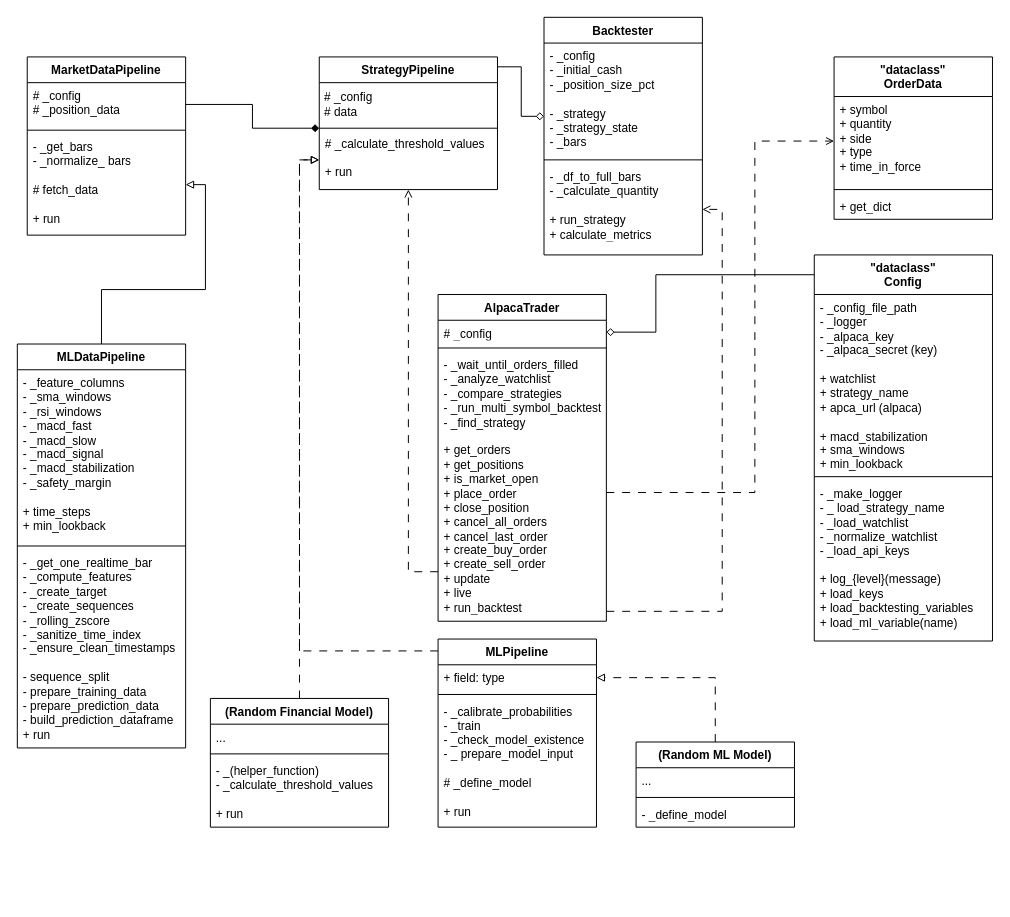
Before: figures/backend_design.drawio in MiladTootoonchi/Live-Trading-Platform, a draw.io diagram. Source tidied: cells renumbered, new cells numbered last; positions are measured from the earlier drawing's top-left corner, leaving out a move shared by most shapes. Both pictures are drawn from the tidied source at 99%, with x=0, y=0 at pixel (17, 17).
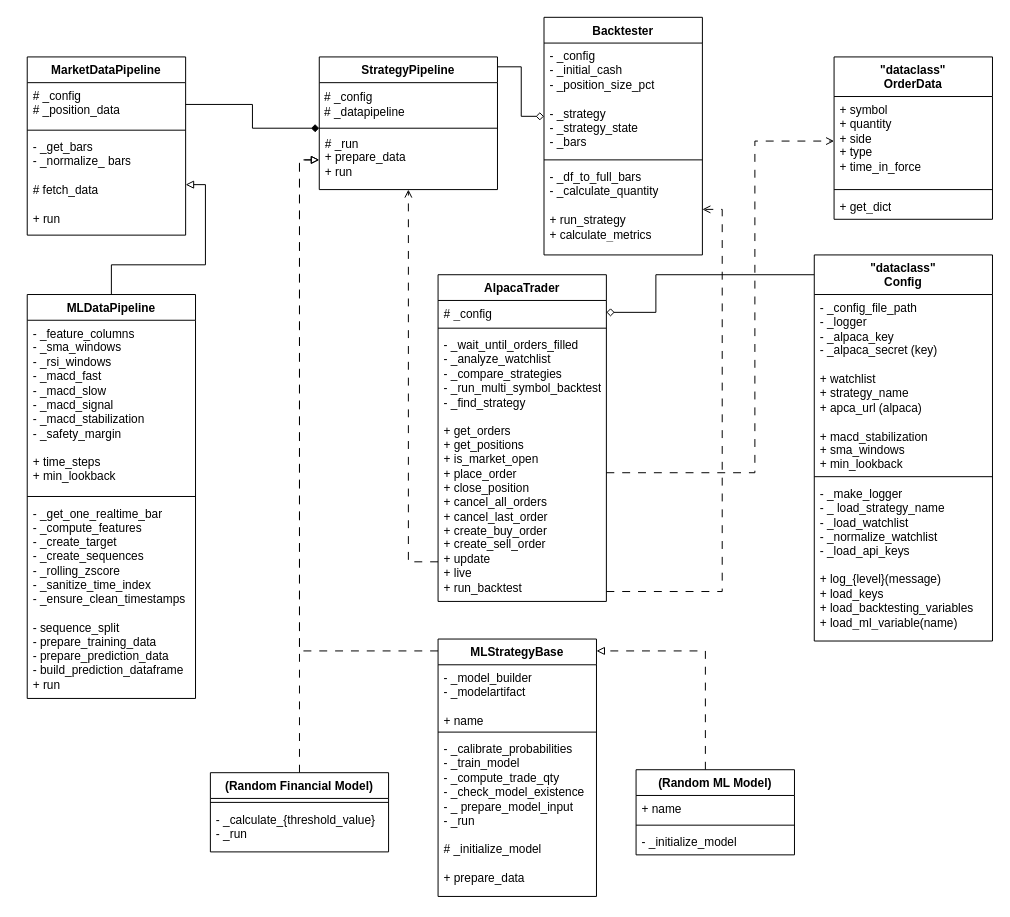
The same page after the edit.

Commit message:
Updated strategy pipelines

The change refers to these unchanged cells:
```xml
<mxCell id="7" value="&lt;div&gt;&quot;dataclass&quot;&lt;/div&gt;Config" style="swimlane;fontStyle=1;align=center;verticalAlign=top;horizontal=1;startSize=40;whiteSpace=wrap;html=1;" parent="1" vertex="1">
  <mxGeometry x="805" y="240" width="180" height="390" as="geometry" />
</mxCell>
<mxCell id="17" value="StrategyPipeline" style="swimlane;fontStyle=1;align=center;verticalAlign=top;horizontal=1;startSize=26;whiteSpace=wrap;html=1;" parent="1" vertex="1">
  <mxGeometry x="305" y="40" width="180" height="134" as="geometry" />
</mxCell>
<mxCell id="27" value="# _config" style="text;strokeColor=none;fillColor=none;align=left;verticalAlign=top;spacingLeft=4;spacingRight=4;overflow=hidden;points=[[0,0.5],[1,0.5]];portConstraint=eastwest;whiteSpace=wrap;html=1;" parent="26" vertex="1">
  <mxGeometry y="26" width="170" height="24" as="geometry" />
</mxCell>
<mxCell id="29" value="- _wait_until_orders_filled&lt;div&gt;- _analyze_watchlist&lt;/div&gt;&lt;div&gt;- _compare_strategies&lt;/div&gt;&lt;div&gt;- _run_multi_symbol_backtest&lt;/div&gt;&lt;div&gt;- _find_strategy&lt;/div&gt;&lt;div&gt;&lt;br&gt;&lt;/div&gt;&lt;div&gt;+ get_orders&lt;/div&gt;&lt;div&gt;+ get_positions&lt;/div&gt;&lt;div&gt;+ is_market_open&lt;/div&gt;&lt;div&gt;+ place_order&lt;/div&gt;&lt;div&gt;+ close_position&lt;/div&gt;&lt;div&gt;+ cancel_all_orders&lt;/div&gt;&lt;div&gt;+ cancel_last_order&lt;/div&gt;&lt;div&gt;+ create_buy_order&lt;/div&gt;&lt;div&gt;+ create_sell_order&lt;/div&gt;&lt;div&gt;+ update&lt;/div&gt;&lt;div&gt;+ live&lt;/div&gt;&lt;div&gt;+ run_backtest&lt;/div&gt;" style="text;strokeColor=none;fillColor=none;align=left;verticalAlign=top;spacingLeft=4;spacingRight=4;overflow=hidden;points=[[0,0.5],[1,0.5]];portConstraint=eastwest;whiteSpace=wrap;html=1;" parent="26" vertex="1">
  <mxGeometry y="58" width="170" height="272" as="geometry" />
</mxCell>
<mxCell id="45" value="- _df_to_full_bars&lt;div&gt;- _calculate_quantity&lt;/div&gt;&lt;div&gt;&lt;br&gt;&lt;/div&gt;&lt;div&gt;+ run_strategy&lt;/div&gt;&lt;div&gt;+ calculate_metrics&lt;/div&gt;" style="text;strokeColor=none;fillColor=none;align=left;verticalAlign=top;spacingLeft=4;spacingRight=4;overflow=hidden;points=[[0,0.5],[1,0.5]];portConstraint=eastwest;whiteSpace=wrap;html=1;" parent="42" vertex="1">
  <mxGeometry y="148" width="160" height="92" as="geometry" />
</mxCell>
<mxCell id="47" value="+ symbol&lt;div&gt;+ quantity&amp;nbsp;&lt;/div&gt;&lt;div&gt;+ side&lt;/div&gt;&lt;div&gt;+ type&amp;nbsp;&lt;/div&gt;&lt;div&gt;+ time_in_force&lt;/div&gt;" style="text;strokeColor=none;fillColor=none;align=left;verticalAlign=top;spacingLeft=4;spacingRight=4;overflow=hidden;points=[[0,0.5],[1,0.5]];portConstraint=eastwest;whiteSpace=wrap;html=1;" parent="46" vertex="1">
  <mxGeometry y="40" width="160" height="90" as="geometry" />
</mxCell>
```

Diff of the diagram source:
```diff
@@
     <mxCell id="6" style="edgeStyle=orthogonalEdgeStyle;rounded=0;jettySize=auto;html=1;entryX=1;entryY=0.5;entryDx=0;entryDy=0;endArrow=diamond;endFill=0;" parent="1" edge="1" source="7" target="27">
       <mxGeometry relative="1" as="geometry">
         <Array as="points">
           <mxPoint x="645" y="260" />
-          <mxPoint x="645" y="318" />
+          <mxPoint x="645" y="298" />
         </Array>
       </mxGeometry>
     </mxCell>
@@
     <mxCell id="12" value="MLDataPipeline" style="swimlane;fontStyle=1;align=center;verticalAlign=top;horizontal=1;startSize=26;whiteSpace=wrap;html=1;" parent="1" vertex="1">
-      <mxGeometry y="330" width="170" height="408" as="geometry" />
+      <mxGeometry x="10" y="280" width="170" height="408" as="geometry" />
     </mxCell>
@@
-    <mxCell id="18" value="&amp;nbsp;# _config&lt;div&gt;&amp;nbsp;# data&lt;/div&gt;" style="text;html=1;whiteSpace=wrap;strokeColor=none;fillColor=none;align=left;verticalAlign=middle;rounded=0;" parent="17" vertex="1">
+    <mxCell id="18" value="&amp;nbsp;# _config&lt;div&gt;&amp;nbsp;# _datapipeline&lt;/div&gt;" style="text;html=1;whiteSpace=wrap;strokeColor=none;fillColor=none;align=left;verticalAlign=middle;rounded=0;" parent="17" vertex="1">
       <mxGeometry y="26" width="180" height="44" as="geometry" />
     </mxCell>
@@
-    <mxCell id="20" value="&lt;div&gt;# _calculate_threshold_values&amp;nbsp;&lt;/div&gt;&lt;div&gt;&lt;br&gt;&lt;/div&gt;+ run" style="text;strokeColor=none;fillColor=none;align=left;verticalAlign=top;spacingLeft=4;spacingRight=4;overflow=hidden;points=[[0,0.5],[1,0.5]];portConstraint=eastwest;whiteSpace=wrap;html=1;" parent="17" vertex="1">
+    <mxCell id="20" value="&lt;div&gt;# _run&lt;/div&gt;&lt;div&gt;+ prepare_data&lt;/div&gt;+ run" style="text;strokeColor=none;fillColor=none;align=left;verticalAlign=top;spacingLeft=4;spacingRight=4;overflow=hidden;points=[[0,0.5],[1,0.5]];portConstraint=eastwest;whiteSpace=wrap;html=1;" parent="17" vertex="1">
       <mxGeometry y="74" width="180" height="60" as="geometry" />
     </mxCell>
@@
-    <mxCell id="22" value="ML&lt;span style=&quot;background-color: transparent; color: light-dark(rgb(0, 0, 0), rgb(255, 255, 255));&quot;&gt;Pipeline&lt;/span&gt;" style="swimlane;fontStyle=1;align=center;verticalAlign=top;horizontal=1;startSize=26;whiteSpace=wrap;html=1;" parent="1" vertex="1">
-      <mxGeometry x="425" y="628" width="160" height="190" as="geometry" />
+    <mxCell id="22" value="MLStrategyBase" style="swimlane;fontStyle=1;align=center;verticalAlign=top;horizontal=1;startSize=26;whiteSpace=wrap;html=1;" parent="1" vertex="1">
+      <mxGeometry x="425" y="628" width="160" height="260" as="geometry" />
     </mxCell>
-    <mxCell id="23" value="+ field: type" style="text;strokeColor=none;fillColor=none;align=left;verticalAlign=top;spacingLeft=4;spacingRight=4;overflow=hidden;points=[[0,0.5],[1,0.5]];portConstraint=eastwest;whiteSpace=wrap;html=1;" parent="22" vertex="1">
-      <mxGeometry y="26" width="160" height="26" as="geometry" />
+    <mxCell id="23" value="&lt;div&gt;&lt;span style=&quot;background-color: transparent; color: light-dark(rgb(0, 0, 0), rgb(255, 255, 255));&quot;&gt;- _model_builder&lt;/span&gt;&lt;/div&gt;&lt;div&gt;- _modelartifact&lt;/div&gt;&lt;div&gt;&lt;br&gt;&lt;/div&gt;&lt;div&gt;+ name&lt;/div&gt;" style="text;strokeColor=none;fillColor=none;align=left;verticalAlign=top;spacingLeft=4;spacingRight=4;overflow=hidden;points=[[0,0.5],[1,0.5]];portConstraint=eastwest;whiteSpace=wrap;html=1;" parent="22" vertex="1">
+      <mxGeometry y="26" width="160" height="64" as="geometry" />
     </mxCell>
     <mxCell id="24" style="line;strokeWidth=1;fillColor=none;align=left;verticalAlign=middle;spacingTop=-1;spacingLeft=3;spacingRight=3;labelPosition=right;strokeColor=inherit;" parent="22" vertex="1">
-      <mxGeometry y="52" width="160" height="8" as="geometry" />
+      <mxGeometry y="90" width="160" height="8" as="geometry" />
     </mxCell>
-    <mxCell id="25" value="- _calibrate_probabilities&lt;div&gt;- _train&lt;/div&gt;&lt;div&gt;- _check_model_existence&lt;/div&gt;&lt;div&gt;- _ prepare_model_input&lt;/div&gt;&lt;div&gt;&lt;br&gt;&lt;/div&gt;&lt;div&gt;# _define_model&lt;/div&gt;&lt;div&gt;&lt;br&gt;&lt;/div&gt;&lt;div&gt;+ run&lt;/div&gt;" style="text;strokeColor=none;fillColor=none;align=left;verticalAlign=top;spacingLeft=4;spacingRight=4;overflow=hidden;whiteSpace=wrap;html=1;" parent="22" vertex="1">
-      <mxGeometry y="60" width="160" height="130" as="geometry" />
+    <mxCell id="25" value="- _calibrate_probabilities&lt;div&gt;- _train_model&lt;/div&gt;&lt;div&gt;- _compute_trade_qty&lt;/div&gt;&lt;div&gt;- _check_model_existence&lt;/div&gt;&lt;div&gt;- _ prepare_model_input&lt;/div&gt;&lt;div&gt;- _run&lt;/div&gt;&lt;div&gt;&lt;br&gt;&lt;/div&gt;&lt;div&gt;# _initialize_model&lt;/div&gt;&lt;div&gt;&lt;br&gt;&lt;/div&gt;&lt;div&gt;+ prepare_data&lt;/div&gt;" style="text;strokeColor=none;fillColor=none;align=left;verticalAlign=top;spacingLeft=4;spacingRight=4;overflow=hidden;whiteSpace=wrap;html=1;" parent="22" vertex="1">
+      <mxGeometry y="98" width="160" height="162" as="geometry" />
     </mxCell>
     <mxCell id="26" value="AlpacaTrader" style="swimlane;fontStyle=1;align=center;verticalAlign=top;horizontal=1;startSize=26;whiteSpace=wrap;html=1;" parent="1" vertex="1">
-      <mxGeometry x="425" y="280" width="170" height="330" as="geometry" />
+      <mxGeometry x="425" y="260" width="170" height="330" as="geometry" />
     </mxCell>
@@
-    <mxCell id="31" style="edgeStyle=orthogonalEdgeStyle;rounded=0;jettySize=auto;html=1;entryX=1;entryY=0.5;entryDx=0;entryDy=0;endArrow=block;endFill=0;dashed=1;dashPattern=8 8;" parent="1" edge="1" source="32" target="23">
-      <mxGeometry relative="1" as="geometry" />
+    <mxCell id="31" style="edgeStyle=orthogonalEdgeStyle;rounded=0;jettySize=auto;html=1;endArrow=block;endFill=0;dashed=1;dashPattern=8 8;" parent="1" edge="1" source="32">
+      <mxGeometry relative="1" as="geometry">
+        <mxPoint x="585" y="640" as="targetPoint" />
+        <Array as="points">
+          <mxPoint x="695" y="640" />
+          <mxPoint x="585" y="640" />
+        </Array>
+      </mxGeometry>
     </mxCell>
     <mxCell id="32" value="(Random ML Model)" style="swimlane;fontStyle=1;align=center;verticalAlign=top;horizontal=1;startSize=26;whiteSpace=wrap;html=1;" parent="1" vertex="1">
-      <mxGeometry x="625" y="732" width="160" height="86" as="geometry" />
+      <mxGeometry x="625" y="760" width="160" height="86" as="geometry" />
     </mxCell>
-    <mxCell id="33" value="&lt;div&gt;...&lt;/div&gt;" style="text;strokeColor=none;fillColor=none;align=left;verticalAlign=top;spacingLeft=4;spacingRight=4;overflow=hidden;whiteSpace=wrap;html=1;" parent="32" vertex="1">
+    <mxCell id="33" value="+ name" style="text;strokeColor=none;fillColor=none;align=left;verticalAlign=top;spacingLeft=4;spacingRight=4;overflow=hidden;whiteSpace=wrap;html=1;" parent="32" vertex="1">
       <mxGeometry y="26" width="160" height="26" as="geometry" />
     </mxCell>
@@
-    <mxCell id="35" value="- _define_model" style="text;strokeColor=none;fillColor=none;align=left;verticalAlign=top;spacingLeft=4;spacingRight=4;overflow=hidden;whiteSpace=wrap;html=1;" parent="32" vertex="1">
+    <mxCell id="35" value="- _initialize_model" style="text;strokeColor=none;fillColor=none;align=left;verticalAlign=top;spacingLeft=4;spacingRight=4;overflow=hidden;whiteSpace=wrap;html=1;" parent="32" vertex="1">
       <mxGeometry y="60" width="160" height="26" as="geometry" />
     </mxCell>
@@
     <mxCell id="37" value="(Random Financial Model)" style="swimlane;fontStyle=1;align=center;verticalAlign=top;horizontal=1;startSize=26;whiteSpace=wrap;html=1;" parent="1" vertex="1">
-      <mxGeometry x="195" y="688" width="180" height="130" as="geometry" />
+      <mxGeometry x="195" y="763" width="180" height="80" as="geometry" />
     </mxCell>
-    <mxCell id="38" value="..." style="text;strokeColor=none;fillColor=none;align=left;verticalAlign=top;spacingLeft=4;spacingRight=4;overflow=hidden;whiteSpace=wrap;html=1;" parent="37" vertex="1">
-      <mxGeometry y="26" width="180" height="26" as="geometry" />
-    </mxCell>
     <mxCell id="39" style="line;strokeWidth=1;fillColor=none;align=left;verticalAlign=middle;spacingTop=-1;spacingLeft=3;spacingRight=3;labelPosition=right;strokeColor=inherit;" parent="37" vertex="1">
-      <mxGeometry y="52" width="180" height="8" as="geometry" />
+      <mxGeometry y="26" width="180" height="8" as="geometry" />
     </mxCell>
-    <mxCell id="40" value="&lt;div&gt;- _(helper_function)&lt;/div&gt;- _calculate_threshold_values&lt;div&gt;&lt;br&gt;&lt;/div&gt;&lt;div&gt;+ run&lt;/div&gt;" style="text;strokeColor=none;fillColor=none;align=left;verticalAlign=top;spacingLeft=4;spacingRight=4;overflow=hidden;whiteSpace=wrap;html=1;" parent="37" vertex="1">
-      <mxGeometry y="60" width="180" height="70" as="geometry" />
+    <mxCell id="40" value="&lt;div&gt;&lt;span style=&quot;background-color: transparent; color: light-dark(rgb(0, 0, 0), rgb(255, 255, 255));&quot;&gt;- _calculate_{threshold_value}&lt;/span&gt;&lt;/div&gt;&lt;div&gt;- _run&lt;/div&gt;" style="text;strokeColor=none;fillColor=none;align=left;verticalAlign=top;spacingLeft=4;spacingRight=4;overflow=hidden;whiteSpace=wrap;html=1;" parent="37" vertex="1">
+      <mxGeometry y="34" width="180" height="46" as="geometry" />
     </mxCell>
     <mxCell id="41" style="edgeStyle=orthogonalEdgeStyle;rounded=0;jettySize=auto;html=1;endArrow=open;endFill=0;dashed=1;dashPattern=8 8;" parent="1" edge="1" source="29" target="20">
       <mxGeometry relative="1" as="geometry">
         <Array as="points">
-          <mxPoint x="395" y="560" />
+          <mxPoint x="395" y="550" />
         </Array>
       </mxGeometry>
     </mxCell>
@@
     <mxCell id="50" style="edgeStyle=orthogonalEdgeStyle;rounded=0;jettySize=auto;html=1;entryX=0;entryY=0.5;entryDx=0;entryDy=0;endArrow=open;endFill=0;dashed=1;dashPattern=8 8;" parent="1" edge="1" source="29" target="47">
       <mxGeometry relative="1" as="geometry">
         <Array as="points">
-          <mxPoint x="745" y="480" />
+          <mxPoint x="745" y="460" />
           <mxPoint x="745" y="125" />
         </Array>
       </mxGeometry>
     </mxCell>
     <mxCell id="51" style="edgeStyle=orthogonalEdgeStyle;rounded=0;jettySize=auto;html=1;entryX=1;entryY=0.5;entryDx=0;entryDy=0;dashed=1;endArrow=open;endFill=0;dashPattern=8 8;" parent="1" edge="1" source="29" target="45">
       <mxGeometry relative="1" as="geometry">
         <Array as="points">
-          <mxPoint x="712" y="600" />
+          <mxPoint x="712" y="580" />
           <mxPoint x="712" y="194" />
         </Array>
       </mxGeometry>
     </mxCell>
```
